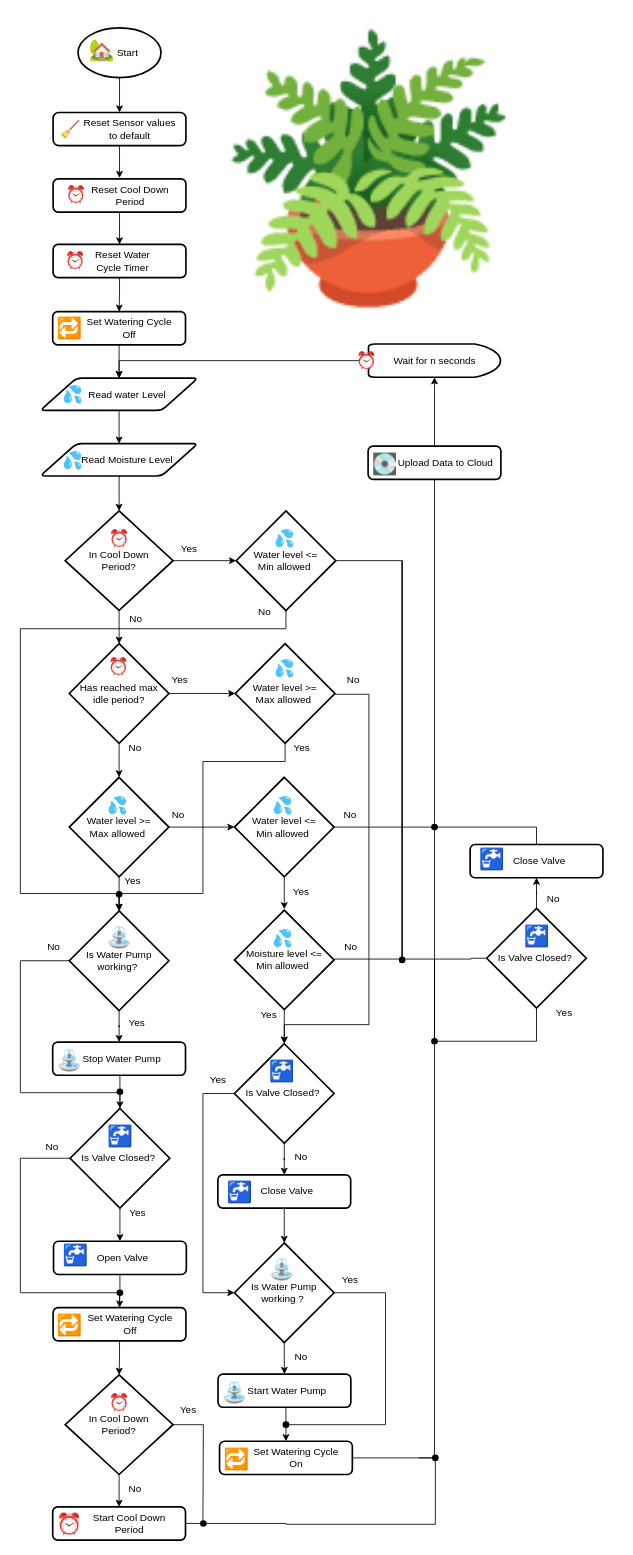
Above: flow-chart/mannilla.drawio in arunsomanathan/hydrostreak (draw.io), before the change. Source tidied: cells renumbered, new cells numbered last; positions are measured from the earlier drawing's top-left corner, leaving out a move shared by most shapes. Both pictures are drawn from the tidied source at 83%, with x=0, y=0 at pixel (20, 14).
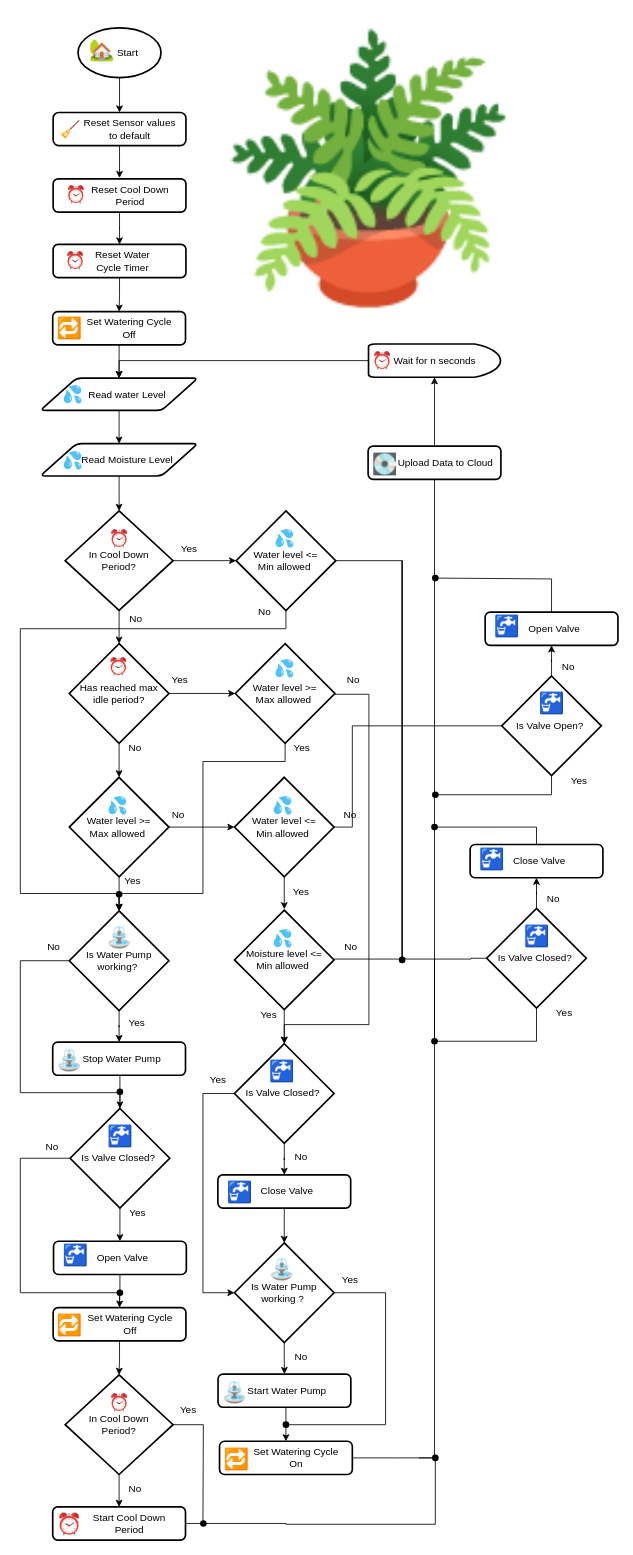
The same diagram, later.

The change refers to these unchanged cells:
```xml
<mxCell id="37" value="Water level &amp;lt;= &lt;br&gt;Min allowed&amp;nbsp;" style="strokeWidth=2;html=1;shape=mxgraph.flowchart.decision;whiteSpace=wrap;" parent="36" vertex="1">
  <mxGeometry y="1" width="120" height="120" as="geometry" />
</mxCell>
<mxCell id="111" style="shape=waypoint;sketch=0;size=6;points=[];fillColor=none;perimeter=centerPerimeter;snapToPoint=1;rounded=1;fontFamily=Helvetica;fontSize=12;fontColor=none;strokeColor=default;strokeWidth=2;html=1;" parent="1" vertex="1">
  <mxGeometry x="479" y="959" width="40" height="40" as="geometry" />
</mxCell>
```

What changed in the source:
```diff
@@
-    <mxCell id="68" style="edgeStyle=orthogonalEdgeStyle;rounded=0;jettySize=auto;html=1;fontFamily=Helvetica;fontSize=12;fontColor=none;exitX=1;exitY=0.5;exitDx=0;exitDy=0;exitPerimeter=0;endArrow=none;endFill=0;" parent="1" edge="1" source="37" target="111">
-      <mxGeometry relative="1" as="geometry" />
+    <mxCell id="68" style="edgeStyle=orthogonalEdgeStyle;rounded=0;jettySize=auto;html=1;fontFamily=Helvetica;fontSize=12;fontColor=none;exitX=1;exitY=0.5;exitDx=0;exitDy=0;exitPerimeter=0;endArrow=none;endFill=0;entryX=0;entryY=0.5;entryDx=0;entryDy=0;entryPerimeter=0;" parent="1" edge="1" source="37" target="176">
+      <mxGeometry relative="1" as="geometry">
+        <Array as="points">
+          <mxPoint x="400" y="979" />
+          <mxPoint x="400" y="857" />
+        </Array>
+      </mxGeometry>
     </mxCell>
@@
     <mxCell id="155" value="⏰" style="text;html=1;align=center;verticalAlign=middle;strokeColor=none;fillColor=none;fontSize=20;fontFamily=Helvetica;fontColor=default;" parent="1" vertex="1">
-      <mxGeometry x="392" y="396" width="50" height="40" as="geometry" />
+      <mxGeometry x="411" y="396" width="50" height="40" as="geometry" />
     </mxCell>
@@
+    <mxCell id="175" style="group;fontColor=none;noLabel=1;" parent="1" vertex="1">
+      <mxGeometry x="580" y="795" width="140" height="120" as="geometry" />
+    </mxCell>
+    <mxCell id="176" value="Is Valve Open?&amp;nbsp;" style="strokeWidth=2;html=1;shape=mxgraph.flowchart.decision;whiteSpace=wrap;" parent="175" vertex="1">
+      <mxGeometry y="2" width="120" height="120" as="geometry" />
+    </mxCell>
+    <mxCell id="177" value="&lt;font style=&quot;font-size: 25px;&quot;&gt;🚰&lt;/font&gt;" style="text;html=1;align=center;verticalAlign=middle;strokeColor=none;fillColor=none;fontSize=20;fontFamily=Helvetica;fontColor=default;" parent="175" vertex="1">
+      <mxGeometry x="30" y="14.2" width="60" height="40" as="geometry" />
+    </mxCell>
+    <mxCell id="178" value="&lt;font style=&quot;font-size: 12px;&quot;&gt;No&lt;br&gt;&lt;/font&gt;" style="text;html=1;align=center;verticalAlign=middle;strokeColor=none;fillColor=none;fontSize=12;fontFamily=Helvetica;fontColor=none;" parent="175" vertex="1">
+      <mxGeometry x="60" y="-24" width="40" height="30" as="geometry" />
+    </mxCell>
+    <mxCell id="179" style="edgeStyle=orthogonalEdgeStyle;rounded=0;jettySize=auto;html=1;fontFamily=Helvetica;fontSize=12;fontColor=none;entryX=0.5;entryY=1;entryDx=0;entryDy=0;" parent="1" edge="1" source="176" target="181">
+      <mxGeometry relative="1" as="geometry" />
+    </mxCell>
+    <mxCell id="180" style="group;" parent="1" vertex="1">
+      <mxGeometry x="560" y="720" width="160" height="45" as="geometry" />
+    </mxCell>
+    <mxCell id="181" value="Open Valve" style="rounded=1;whiteSpace=wrap;html=1;absoluteArcSize=1;arcSize=12;strokeWidth=2;fontFamily=Helvetica;fontSize=12;fontColor=none;fillColor=default;spacingLeft=7;" parent="180" vertex="1">
+      <mxGeometry width="160" height="40" as="geometry" />
+    </mxCell>
+    <mxCell id="182" value="&lt;sup style=&quot;font-size: 25px;&quot;&gt;🚰&lt;/sup&gt;" style="text;html=1;align=center;verticalAlign=middle;strokeColor=none;fillColor=none;fontSize=20;fontFamily=Helvetica;fontColor=default;" parent="180" vertex="1">
+      <mxGeometry x="-4.2" y="-5" width="60" height="50" as="geometry" />
+    </mxCell>
+    <mxCell id="183" value="&lt;font style=&quot;font-size: 12px;&quot;&gt;Yes&lt;/font&gt;" style="text;html=1;align=center;verticalAlign=middle;strokeColor=none;fillColor=none;fontSize=12;fontFamily=Helvetica;fontColor=none;" parent="1" vertex="1">
+      <mxGeometry x="653" y="908" width="40" height="30" as="geometry" />
+    </mxCell>
+    <mxCell id="184" style="edgeStyle=orthogonalEdgeStyle;rounded=0;jettySize=auto;html=1;fontFamily=Helvetica;fontSize=12;fontColor=none;endArrow=none;endFill=0;exitDx=0;exitDy=0;exitPerimeter=0;startArrow=none;" parent="1" edge="1" source="185">
+      <mxGeometry relative="1" as="geometry">
+        <mxPoint x="500" y="940" as="targetPoint" />
+      </mxGeometry>
+    </mxCell>
+    <mxCell id="185" style="shape=waypoint;sketch=0;size=6;points=[];fillColor=none;perimeter=centerPerimeter;snapToPoint=1;rounded=1;fontFamily=Helvetica;fontSize=12;fontColor=none;strokeColor=default;strokeWidth=2;html=1;" parent="1" vertex="1">
+      <mxGeometry x="480" y="920" width="40" height="40" as="geometry" />
+    </mxCell>
+    <mxCell id="186" style="edgeStyle=orthogonalEdgeStyle;rounded=0;jettySize=auto;html=1;fontFamily=Helvetica;fontSize=12;fontColor=none;endArrow=none;endFill=0;exitX=0.5;exitY=1;exitDx=0;exitDy=0;exitPerimeter=0;" parent="1" edge="1" source="176" target="185">
+      <mxGeometry relative="1" as="geometry">
+        <Array as="points">
+          <mxPoint x="640" y="940" />
+        </Array>
+      </mxGeometry>
+    </mxCell>
+    <mxCell id="187" style="edgeStyle=orthogonalEdgeStyle;rounded=0;jettySize=auto;html=1;fontFamily=Helvetica;fontSize=12;fontColor=none;endArrow=none;endFill=0;exitDx=0;exitDy=0;startArrow=none;" parent="1" edge="1" source="188">
+      <mxGeometry relative="1" as="geometry">
+        <mxPoint x="500" y="680" as="targetPoint" />
+      </mxGeometry>
+    </mxCell>
+    <mxCell id="188" style="shape=waypoint;sketch=0;size=6;points=[];fillColor=none;perimeter=centerPerimeter;snapToPoint=1;rounded=1;fontFamily=Helvetica;fontSize=12;fontColor=none;strokeColor=default;strokeWidth=2;html=1;" parent="1" vertex="1">
+      <mxGeometry x="480" y="659" width="40" height="40" as="geometry" />
+    </mxCell>
+    <mxCell id="189" style="edgeStyle=orthogonalEdgeStyle;rounded=0;jettySize=auto;html=1;fontFamily=Helvetica;fontSize=12;fontColor=none;endArrow=none;endFill=0;exitX=0.5;exitY=0;exitDx=0;exitDy=0;" parent="1" edge="1" source="181" target="188">
+      <mxGeometry relative="1" as="geometry">
+        <Array as="points">
+          <mxPoint x="640" y="680" />
+        </Array>
+      </mxGeometry>
+    </mxCell>
```
